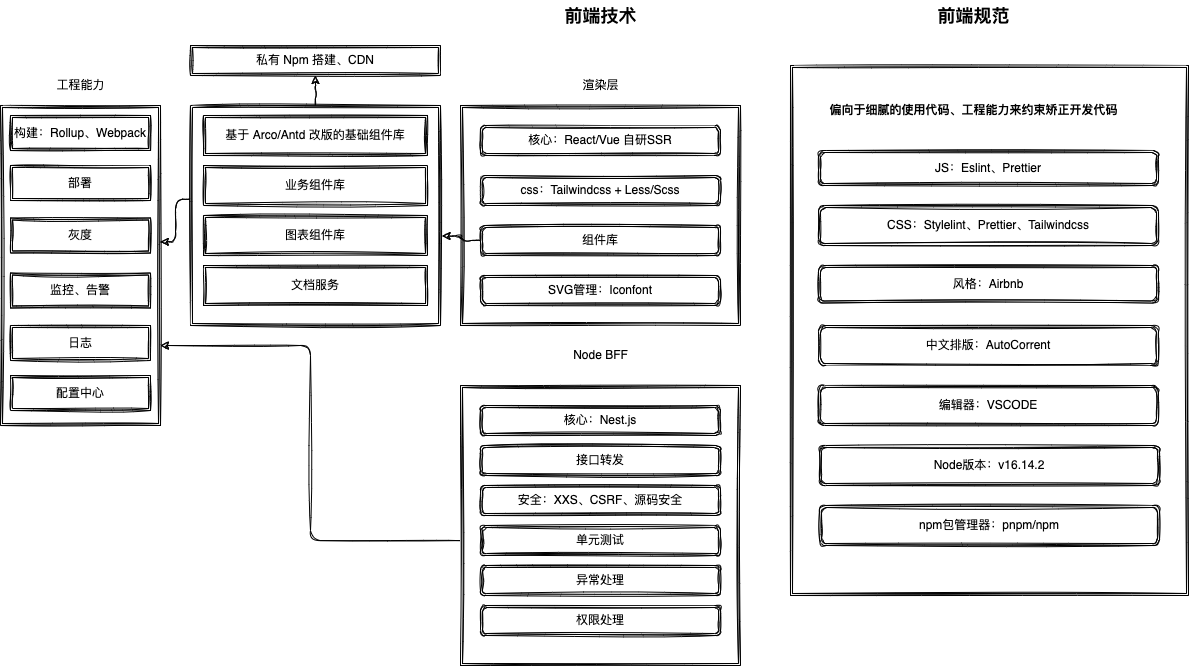
algesthesiah/md.algeshtesiahunter keeps this draw.io diagram as 文稿/fe.drawio.png. Above is the earlier version. Source tidied: cells renumbered, new cells last; positions are measured from the earlier drawing's top-left corner, leaving out a move shared by most shapes.
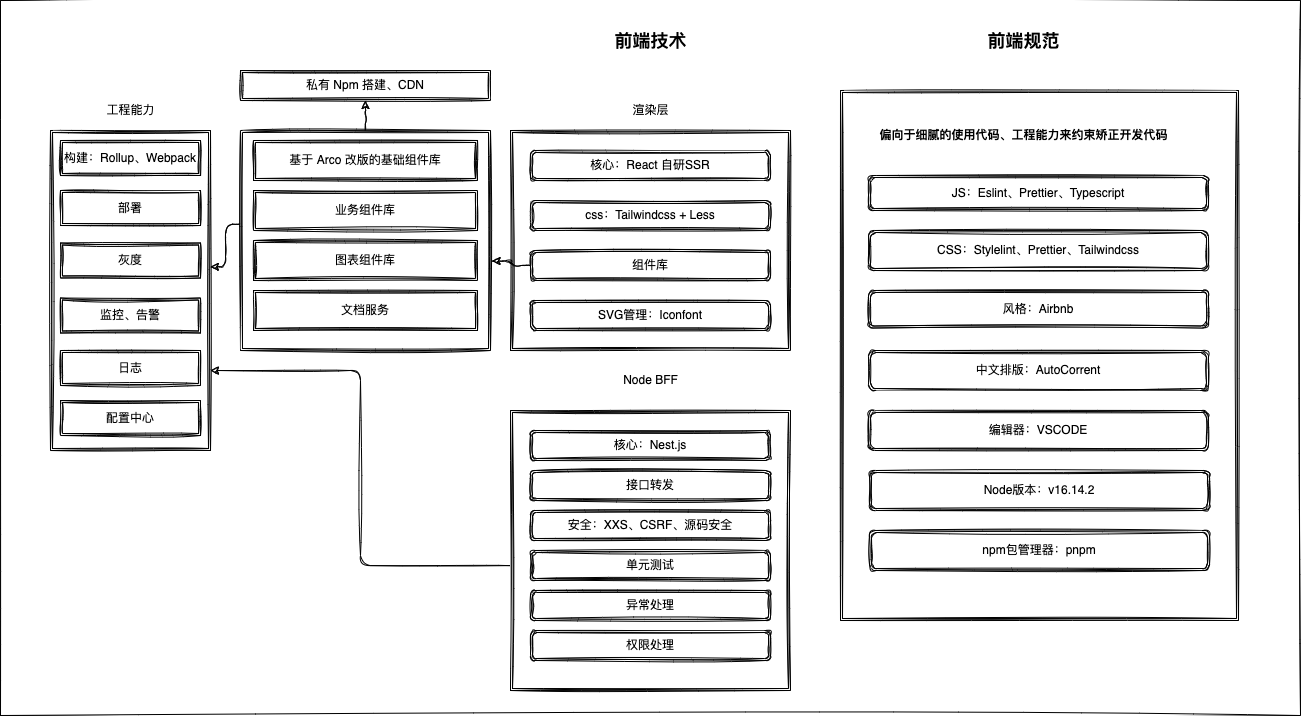
After the commit.

Change to the diagram source:
```diff
@@ -2,6 +2,9 @@
   <root>
     <mxCell id="0" />
     <mxCell id="1" parent="0" />
+    <mxCell id="45" style="rounded=0;whiteSpace=wrap;html=1;sketch=1;" parent="1" vertex="1">
+      <mxGeometry x="-50" y="-25" width="1300" height="715" as="geometry" />
+    </mxCell>
     <mxCell id="2" value="前端技术" style="text;html=1;align=center;verticalAlign=middle;strokeColor=none;fillColor=none;fontStyle=1;fontSize=18;sketch=1;" parent="1" vertex="1">
       <mxGeometry x="555" width="90" height="30" as="geometry" />
     </mxCell>
@@ -11,10 +14,10 @@
     <mxCell id="4" value="渲染层" style="text;html=1;align=center;verticalAlign=middle;strokeColor=none;fillColor=none;fontSize=12;sketch=1;" parent="1" vertex="1">
       <mxGeometry x="575" y="75" width="50" height="20" as="geometry" />
     </mxCell>
-    <mxCell id="5" value="核心：React/Vue 自研SSR" style="shape=ext;double=1;rounded=1;whiteSpace=wrap;html=1;fontSize=12;sketch=1;" parent="1" vertex="1">
+    <mxCell id="5" value="核心：React 自研SSR" style="shape=ext;double=1;rounded=1;whiteSpace=wrap;html=1;fontSize=12;sketch=1;" parent="1" vertex="1">
       <mxGeometry x="480" y="125" width="240" height="30" as="geometry" />
     </mxCell>
-    <mxCell id="6" value="css：Tailwindcss + Less/Scss" style="shape=ext;double=1;rounded=1;whiteSpace=wrap;html=1;fontSize=12;sketch=1;" parent="1" vertex="1">
+    <mxCell id="6" value="css：Tailwindcss + Less" style="shape=ext;double=1;rounded=1;whiteSpace=wrap;html=1;fontSize=12;sketch=1;" parent="1" vertex="1">
       <mxGeometry x="480" y="175" width="240" height="30" as="geometry" />
     </mxCell>
     <mxCell id="7" value="组件库" style="shape=ext;double=1;rounded=1;whiteSpace=wrap;html=1;fontSize=12;sketch=1;" parent="1" vertex="1">
@@ -29,7 +32,7 @@
     <mxCell id="10" value="私有 Npm 搭建、CDN" style="shape=ext;double=1;rounded=0;whiteSpace=wrap;html=1;fontSize=12;sketch=1;" parent="1" vertex="1">
       <mxGeometry x="190" y="45" width="250" height="30" as="geometry" />
     </mxCell>
-    <mxCell id="11" value="基于 Arco/Antd 改版的基础组件库" style="shape=ext;double=1;rounded=0;whiteSpace=wrap;html=1;fontSize=12;sketch=1;" parent="1" vertex="1">
+    <mxCell id="11" value="基于 Arco 改版的基础组件库" style="shape=ext;double=1;rounded=0;whiteSpace=wrap;html=1;fontSize=12;sketch=1;" parent="1" vertex="1">
       <mxGeometry x="203" y="115" width="224" height="40" as="geometry" />
     </mxCell>
     <mxCell id="12" value="业务组件库" style="shape=ext;double=1;rounded=0;whiteSpace=wrap;html=1;fontSize=12;sketch=1;" parent="1" vertex="1">
@@ -107,7 +110,7 @@
     <mxCell id="36" value="前端规范" style="text;html=1;align=center;verticalAlign=middle;strokeColor=none;fillColor=none;fontStyle=1;fontSize=18;sketch=1;" parent="1" vertex="1">
       <mxGeometry x="928" width="90" height="30" as="geometry" />
     </mxCell>
-    <mxCell id="37" value="JS：Eslint、Prettier" style="shape=ext;double=1;rounded=1;whiteSpace=wrap;html=1;fontSize=12;sketch=1;" parent="1" vertex="1">
+    <mxCell id="37" value="JS：Eslint、Prettier、Typescript" style="shape=ext;double=1;rounded=1;whiteSpace=wrap;html=1;fontSize=12;sketch=1;" parent="1" vertex="1">
       <mxGeometry x="818" y="150" width="340" height="35" as="geometry" />
     </mxCell>
     <mxCell id="38" value="偏向于细腻的使用代码、工程能力来约束矫正开发代码" style="text;strokeColor=none;fillColor=none;html=1;fontSize=12;fontStyle=1;verticalAlign=middle;align=center;sketch=1;" parent="1" vertex="1">
@@ -128,7 +131,7 @@
     <mxCell id="43" value="Node版本：v16.14.2" style="shape=ext;double=1;rounded=1;whiteSpace=wrap;html=1;fontSize=12;sketch=1;" parent="1" vertex="1">
       <mxGeometry x="819" y="445" width="340" height="40" as="geometry" />
     </mxCell>
-    <mxCell id="44" value="npm包管理器：pnpm/npm" style="shape=ext;double=1;rounded=1;whiteSpace=wrap;html=1;fontSize=12;sketch=1;" parent="1" vertex="1">
+    <mxCell id="44" value="npm包管理器：pnpm" style="shape=ext;double=1;rounded=1;whiteSpace=wrap;html=1;fontSize=12;sketch=1;" parent="1" vertex="1">
       <mxGeometry x="819" y="505" width="340" height="40" as="geometry" />
     </mxCell>
   </root>
```
